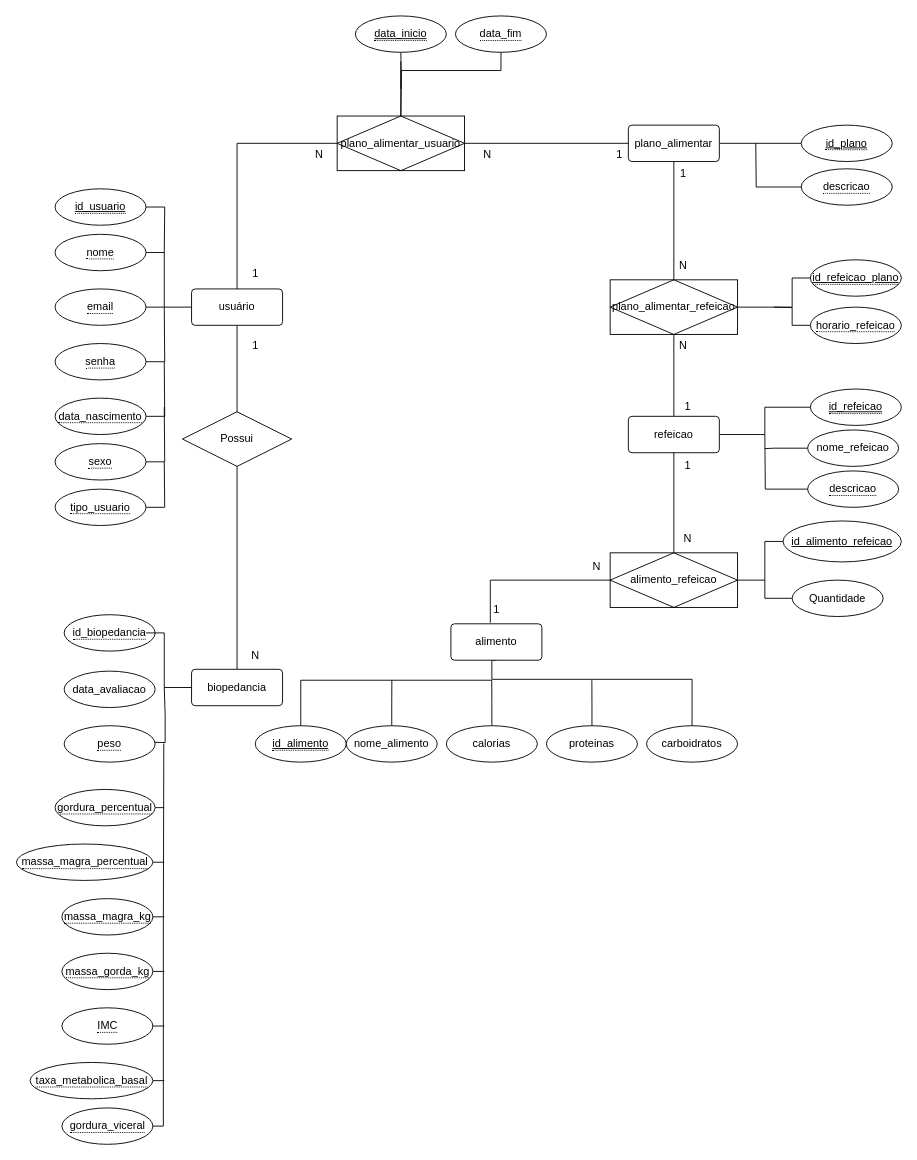
The draw.io diagram arquivos/Esquema E-R.drawio in Jessicabm61/registro-de-refeicoes-java, before the edit. Source tidied: cells renumbered, new cells numbered last; positions are measured from the earlier drawing's top-left corner, leaving out a move shared by most shapes. Both pictures are drawn from the tidied source at 91%, with x=0, y=0 at pixel (16, 15).
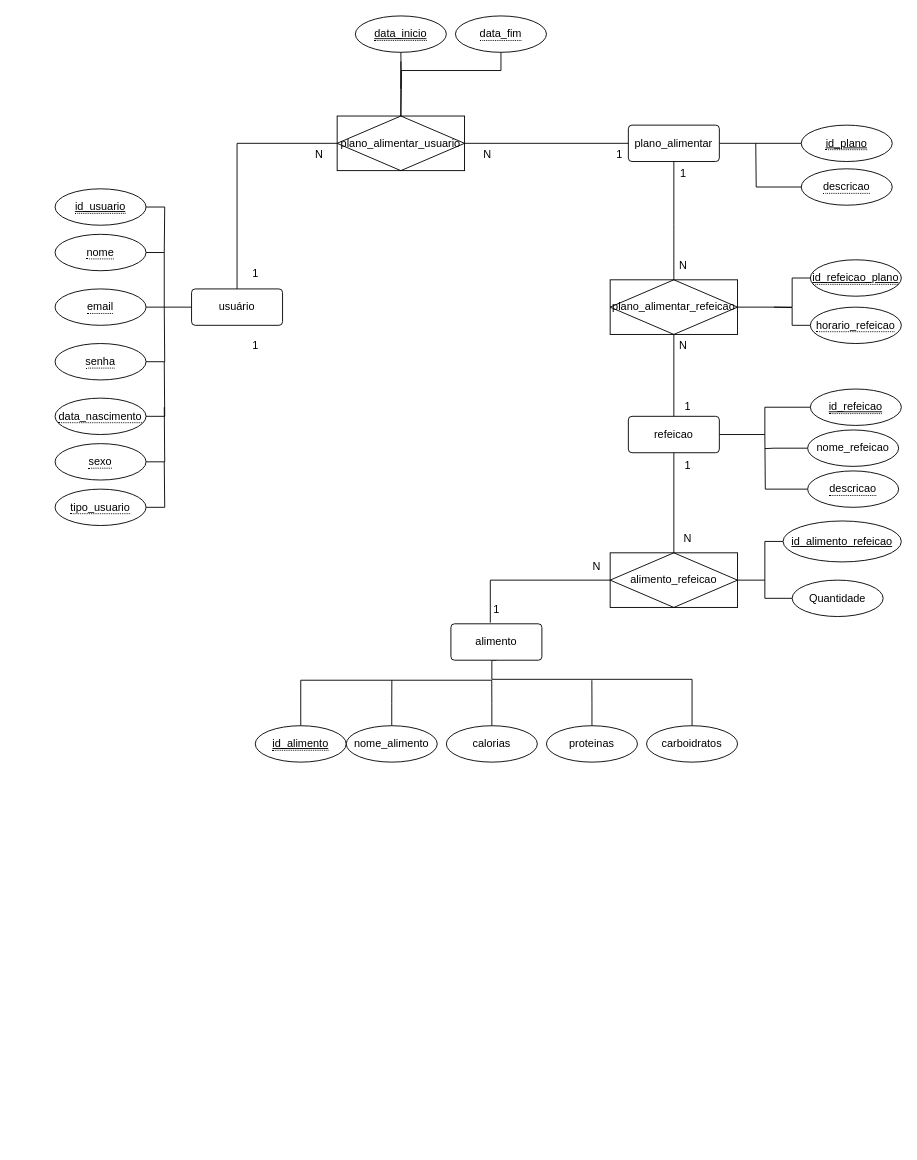
The same page after the edit.

The change refers to these unchanged cells:
```xml
<mxCell id="4" value="usuário" style="rounded=1;arcSize=10;whiteSpace=wrap;html=1;align=center;" parent="1" vertex="1">
  <mxGeometry x="192" y="300" width="100" height="40" as="geometry" />
</mxCell>
```

What changed in the source:
```diff
@@
-    <mxCell id="3" style="edgeStyle=orthogonalEdgeStyle;rounded=0;jettySize=auto;html=1;exitX=0.5;exitY=1;exitDx=0;exitDy=0;entryX=0.5;entryY=0;entryDx=0;entryDy=0;endArrow=none;startFill=0;" parent="1" edge="1" source="4" target="5">
-      <mxGeometry relative="1" as="geometry" />
-    </mxCell>
@@
-    <mxCell id="5" value="biopedancia" style="rounded=1;arcSize=10;whiteSpace=wrap;html=1;align=center;" parent="1" vertex="1">
-      <mxGeometry x="192" y="718" width="100" height="40" as="geometry" />
-    </mxCell>
@@
-    <mxCell id="54" value="N" style="text;html=1;align=center;verticalAlign=middle;strokeColor=none;fillColor=none;" parent="1" vertex="1">
-      <mxGeometry x="247" y="688" width="30" height="30" as="geometry" />
-    </mxCell>
-    <mxCell id="55" value="&lt;span style=&quot;border-bottom: 1px dotted&quot;&gt;id_biopedancia&lt;/span&gt;" style="ellipse;whiteSpace=wrap;html=1;align=center;" parent="1" vertex="1">
-      <mxGeometry x="52" y="658" width="100" height="40" as="geometry" />
-    </mxCell>
-    <mxCell id="56" style="edgeStyle=orthogonalEdgeStyle;rounded=0;orthogonalLoop=1;jettySize=auto;html=1;exitX=1;exitY=0.5;exitDx=0;exitDy=0;endArrow=none;startFill=0;entryX=0;entryY=0.5;entryDx=0;entryDy=0;" parent="1" edge="1">
-      <mxGeometry relative="1" as="geometry">
-        <mxPoint x="142" y="678" as="sourcePoint" />
-        <mxPoint x="192" y="738" as="targetPoint" />
-        <Array as="points">
-          <mxPoint x="162" y="678" />
-          <mxPoint x="162" y="738" />
-        </Array>
-      </mxGeometry>
-    </mxCell>
-    <mxCell id="57" value="data_avaliacao" style="ellipse;whiteSpace=wrap;html=1;align=center;" parent="1" vertex="1">
-      <mxGeometry x="52" y="720" width="100" height="40" as="geometry" />
-    </mxCell>
-    <mxCell id="58" style="edgeStyle=orthogonalEdgeStyle;rounded=0;orthogonalLoop=1;jettySize=auto;html=1;exitX=1;exitY=0.5;exitDx=0;exitDy=0;endArrow=none;startFill=0;" parent="1" edge="1">
-      <mxGeometry relative="1" as="geometry">
-        <mxPoint x="142" y="798" as="sourcePoint" />
-        <mxPoint x="162" y="738" as="targetPoint" />
-      </mxGeometry>
-    </mxCell>
-    <mxCell id="59" value="&lt;span style=&quot;border-bottom: 1px dotted&quot;&gt;peso&lt;/span&gt;" style="ellipse;whiteSpace=wrap;html=1;align=center;" parent="1" vertex="1">
-      <mxGeometry x="52" y="780" width="100" height="40" as="geometry" />
-    </mxCell>
-    <mxCell id="60" style="edgeStyle=orthogonalEdgeStyle;rounded=0;jettySize=auto;html=1;exitX=1;exitY=0.5;exitDx=0;exitDy=0;endArrow=none;startFill=0;" parent="1" edge="1" source="61">
-      <mxGeometry relative="1" as="geometry">
-        <mxPoint x="162" y="869.9" as="targetPoint" />
-      </mxGeometry>
-    </mxCell>
-    <mxCell id="61" value="&lt;span style=&quot;border-bottom: 1px dotted&quot;&gt;gordura_percentual&lt;/span&gt;" style="ellipse;whiteSpace=wrap;html=1;align=center;" parent="1" vertex="1">
-      <mxGeometry x="42" y="850" width="110" height="40" as="geometry" />
-    </mxCell>
@@
-    <mxCell id="63" value="Possui" style="shape=rhombus;perimeter=rhombusPerimeter;whiteSpace=wrap;html=1;align=center;" parent="1" vertex="1">
-      <mxGeometry x="182" y="435" width="120" height="60" as="geometry" />
-    </mxCell>
@@
-    <mxCell id="70" style="edgeStyle=orthogonalEdgeStyle;rounded=0;jettySize=auto;html=1;exitX=1;exitY=0.5;exitDx=0;exitDy=0;endArrow=none;startFill=0;" parent="1" edge="1" source="71">
-      <mxGeometry relative="1" as="geometry">
-        <mxPoint x="162" y="929.9" as="targetPoint" />
-      </mxGeometry>
-    </mxCell>
-    <mxCell id="71" value="&lt;span style=&quot;border-bottom: 1px dotted&quot;&gt;massa_magra_percentual&lt;/span&gt;" style="ellipse;whiteSpace=wrap;html=1;align=center;" parent="1" vertex="1">
-      <mxGeometry x="-0.5" y="910" width="150" height="40" as="geometry" />
-    </mxCell>
-    <mxCell id="72" style="edgeStyle=orthogonalEdgeStyle;rounded=0;jettySize=auto;html=1;exitX=1;exitY=0.5;exitDx=0;exitDy=0;endArrow=none;startFill=0;" parent="1" edge="1" source="73">
-      <mxGeometry relative="1" as="geometry">
-        <mxPoint x="162" y="989.9" as="targetPoint" />
-      </mxGeometry>
-    </mxCell>
-    <mxCell id="73" value="&lt;span style=&quot;border-bottom: 1px dotted&quot;&gt;massa_magra_kg&lt;/span&gt;" style="ellipse;whiteSpace=wrap;html=1;align=center;" parent="1" vertex="1">
-      <mxGeometry x="49.5" y="970" width="100" height="40" as="geometry" />
-    </mxCell>
-    <mxCell id="74" style="edgeStyle=orthogonalEdgeStyle;rounded=0;jettySize=auto;html=1;exitX=1;exitY=0.5;exitDx=0;exitDy=0;endArrow=none;startFill=0;" parent="1" edge="1" source="75">
-      <mxGeometry relative="1" as="geometry">
-        <mxPoint x="162" y="1049.9" as="targetPoint" />
-      </mxGeometry>
-    </mxCell>
-    <mxCell id="75" value="&lt;span style=&quot;border-bottom: 1px dotted&quot;&gt;massa_gorda_kg&lt;/span&gt;" style="ellipse;whiteSpace=wrap;html=1;align=center;" parent="1" vertex="1">
-      <mxGeometry x="49.5" y="1030" width="100" height="40" as="geometry" />
-    </mxCell>
-    <mxCell id="76" style="edgeStyle=orthogonalEdgeStyle;rounded=0;jettySize=auto;html=1;exitX=1;exitY=0.5;exitDx=0;exitDy=0;endArrow=none;startFill=0;" parent="1" edge="1" source="77">
-      <mxGeometry relative="1" as="geometry">
-        <mxPoint x="162" y="1110.4" as="targetPoint" />
-      </mxGeometry>
-    </mxCell>
-    <mxCell id="77" value="&lt;span style=&quot;border-bottom: 1px dotted&quot;&gt;IMC&lt;/span&gt;" style="ellipse;whiteSpace=wrap;html=1;align=center;" parent="1" vertex="1">
-      <mxGeometry x="49.5" y="1090" width="100" height="40" as="geometry" />
-    </mxCell>
-    <mxCell id="78" style="edgeStyle=orthogonalEdgeStyle;rounded=0;jettySize=auto;html=1;exitX=1;exitY=0.5;exitDx=0;exitDy=0;endArrow=none;startFill=0;" parent="1" edge="1" source="79">
-      <mxGeometry relative="1" as="geometry">
-        <mxPoint x="162" y="1170.4" as="targetPoint" />
-      </mxGeometry>
-    </mxCell>
-    <mxCell id="79" value="&lt;span style=&quot;border-bottom: 1px dotted&quot;&gt;taxa_metabolica_basal&lt;/span&gt;" style="ellipse;whiteSpace=wrap;html=1;align=center;" parent="1" vertex="1">
-      <mxGeometry x="14.5" y="1150" width="135" height="40" as="geometry" />
-    </mxCell>
-    <mxCell id="80" style="edgeStyle=orthogonalEdgeStyle;rounded=0;jettySize=auto;html=1;exitX=1;exitY=0.5;exitDx=0;exitDy=0;endArrow=none;startFill=0;" parent="1" edge="1" source="81">
-      <mxGeometry relative="1" as="geometry">
-        <mxPoint x="161.5" y="799.5" as="targetPoint" />
-        <Array as="points">
-          <mxPoint x="161" y="1220" />
-          <mxPoint x="161" y="1000" />
-          <mxPoint x="162" y="1000" />
-        </Array>
-      </mxGeometry>
-    </mxCell>
-    <mxCell id="81" value="&lt;span style=&quot;border-bottom: 1px dotted&quot;&gt;gordura_viceral&lt;/span&gt;" style="ellipse;whiteSpace=wrap;html=1;align=center;" parent="1" vertex="1">
-      <mxGeometry x="49.5" y="1200" width="100" height="40" as="geometry" />
-    </mxCell>
-    <mxCell id="82" style="edgeStyle=orthogonalEdgeStyle;rounded=0;orthogonalLoop=1;jettySize=auto;html=1;exitX=0.5;exitY=1;exitDx=0;exitDy=0;" parent="1" edge="1" source="71" target="71">
-      <mxGeometry relative="1" as="geometry" />
-    </mxCell>
```
